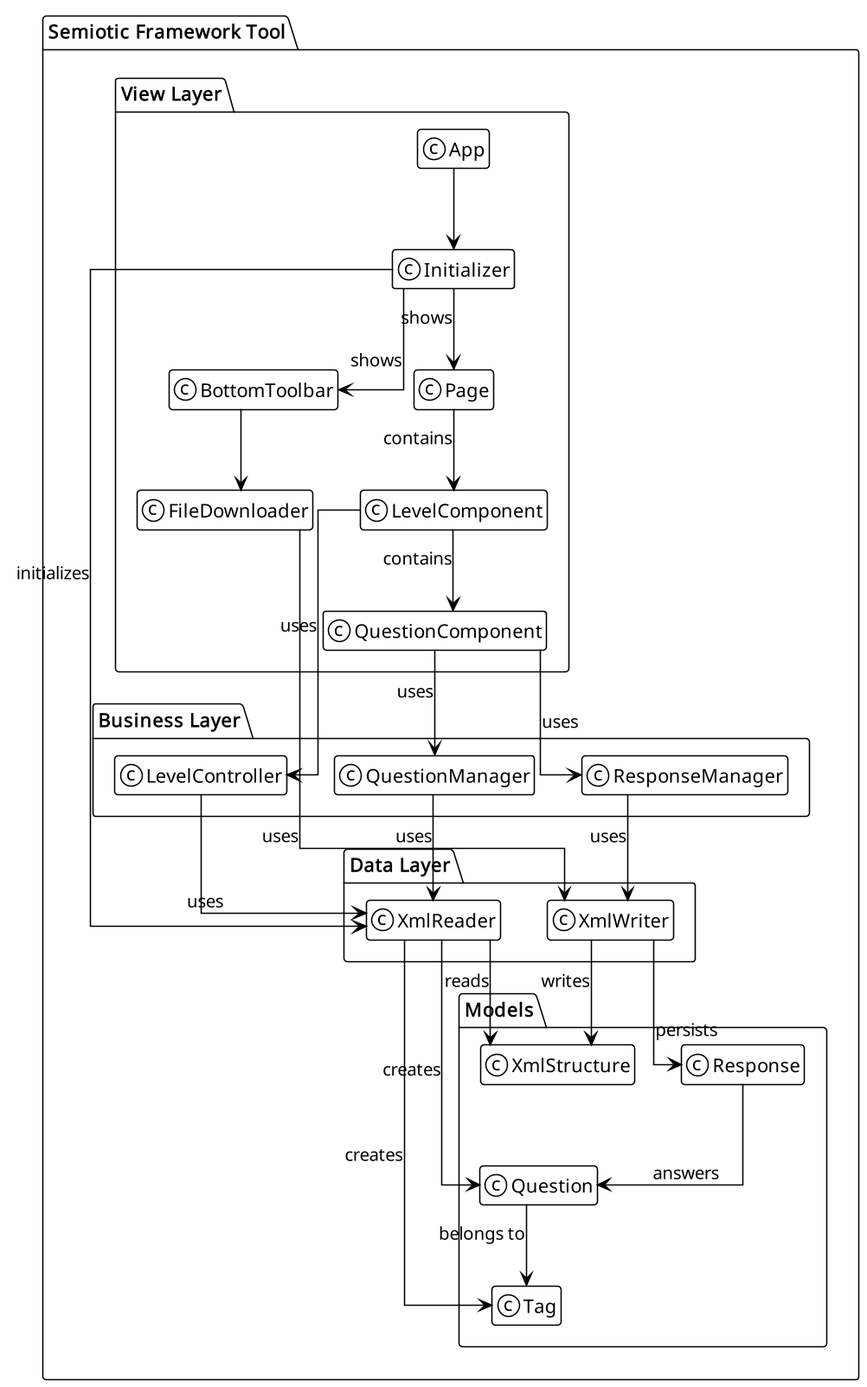
Earlier version of the PlantUML export out/docs/architecture/package/package.png (auri-gabriel/semiotic-framework-tool).
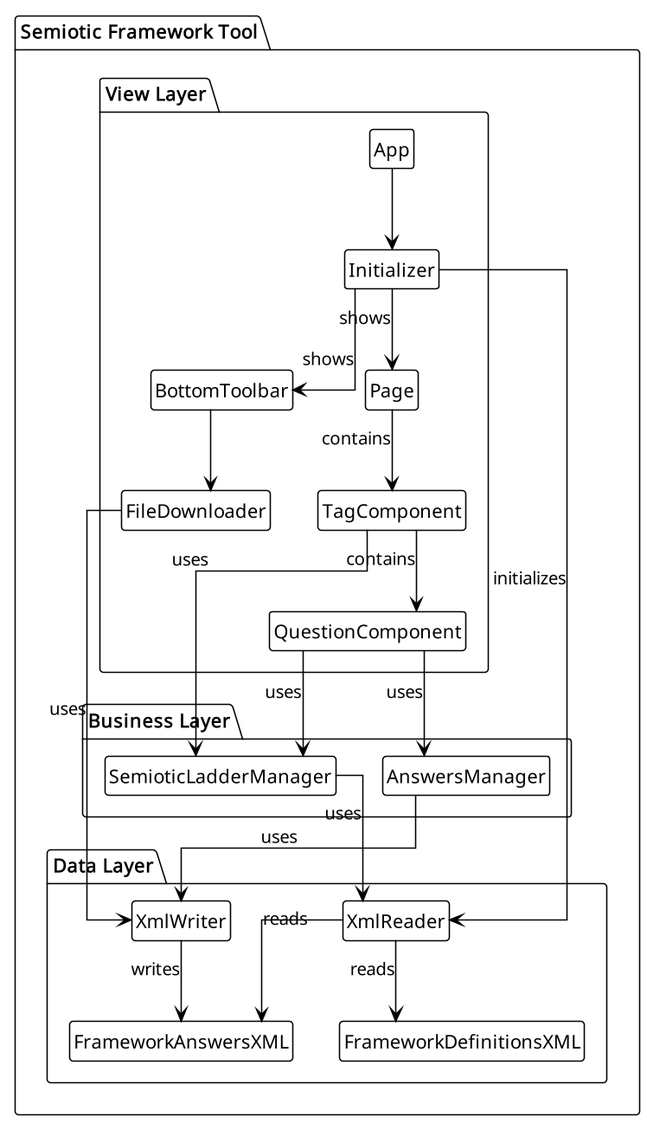
The same file after the commit.

Commit message:
feat: update package diagram to reflect new component structure and relationships

What changed in the source:
```diff
@@ -1,10 +1,11 @@
 @startuml package
 !theme mono
 skinparam linetype ortho
+skinparam dpi 150
 hide empty members
-skinparam dpi 150
 skinparam shadowing false
 top to bottom direction
+hide circle
 
 package "Semiotic Framework Tool" {
 
@@ -15,52 +16,41 @@
         class FileDownloader
         class BottomToolbar
         class QuestionComponent
-        class LevelComponent
+        class TagComponent
     }
 
     package "Business Layer" {
-        class QuestionManager
-        class ResponseManager
-        class LevelController
+        class SemioticLadderManager
+        class AnswersManager
     }
 
     package "Data Layer" {
         class XmlReader
         class XmlWriter
-    }
-
-    package "Models" {
-        class Tag
-        class Question
-        class Response
-        class XmlStructure
+        class FrameworkDefinitionsXML
+        class FrameworkAnswersXML
     }
 
     App --> Initializer
     Initializer --> Page : shows
     Initializer --> BottomToolbar : shows
     BottomToolbar --> FileDownloader
-    Page --> LevelComponent : contains
-    LevelComponent --> QuestionComponent : contains
+    Page --> TagComponent : contains
+    TagComponent --> QuestionComponent : contains
 
-    LevelComponent --> LevelController : uses
-    QuestionComponent --> QuestionManager : uses
-    QuestionComponent --> ResponseManager : uses
+    TagComponent --> SemioticLadderManager : uses
+    QuestionComponent --> SemioticLadderManager : uses
+    QuestionComponent --> AnswersManager : uses
 
-    LevelController --> XmlReader : uses
-    QuestionManager --> XmlReader : uses
-    ResponseManager --> XmlWriter : uses
+    SemioticLadderManager --> XmlReader : uses
+    AnswersManager --> XmlWriter : uses
 
     Initializer --> XmlReader : initializes
     FileDownloader --> XmlWriter : uses
 
-    XmlReader --> XmlStructure : reads
-    XmlReader --> Tag : creates
-    XmlReader --> Question : creates
-    XmlWriter --> Response : persists
-    XmlWriter --> XmlStructure : writes
+    XmlReader --> FrameworkDefinitionsXML : reads
+    XmlReader --> FrameworkAnswersXML : reads
 
-    Question --> Tag : belongs to
-    Response --> Question : answers
+    XmlWriter --> FrameworkAnswersXML : writes
 }
 @enduml
```
